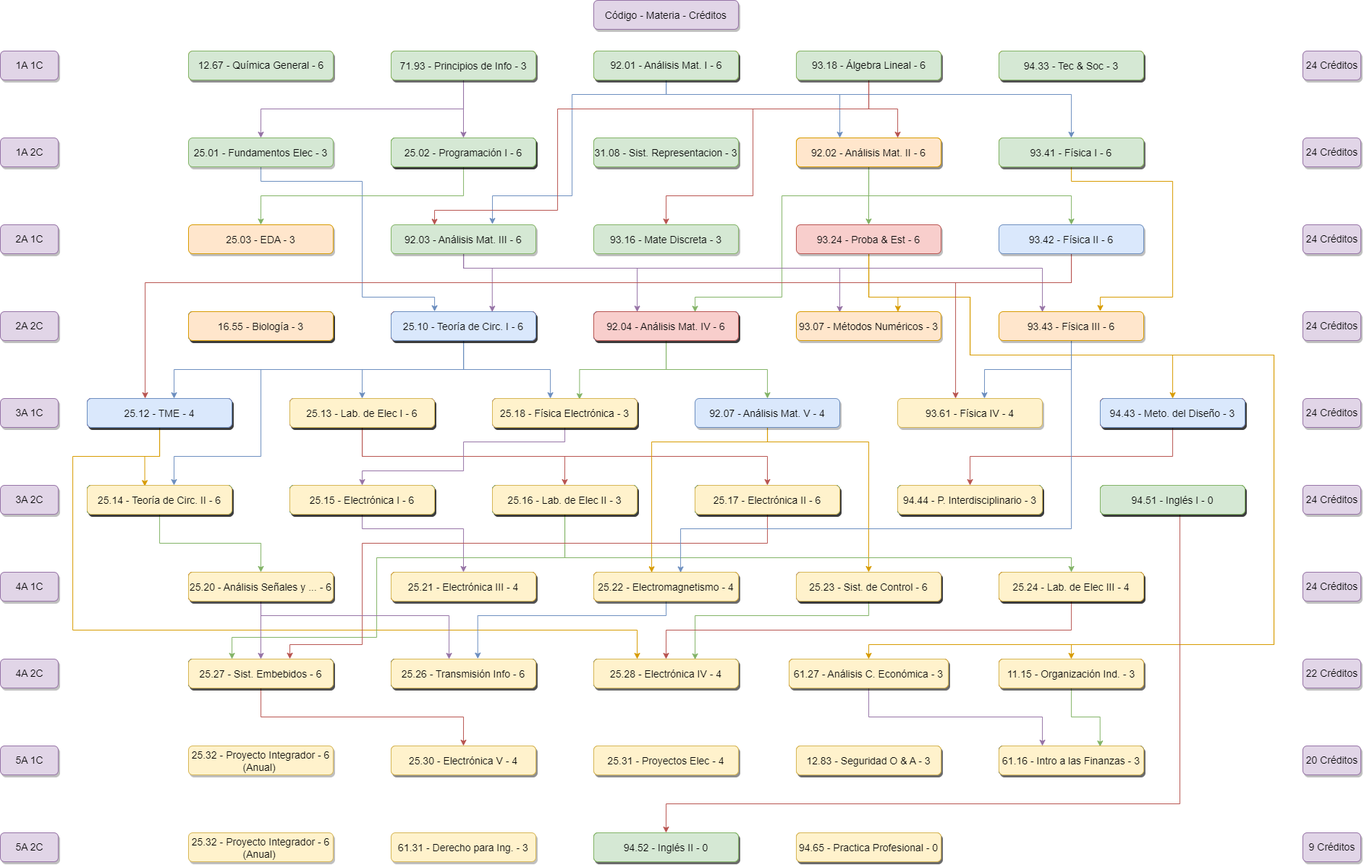
juanipla/K22 keeps this draw.io diagram as K22.drawio.png. Above is the earlier version. Source tidied: cells renumbered, new cells last; positions are measured from the earlier drawing's top-left corner, leaving out a move shared by most shapes.
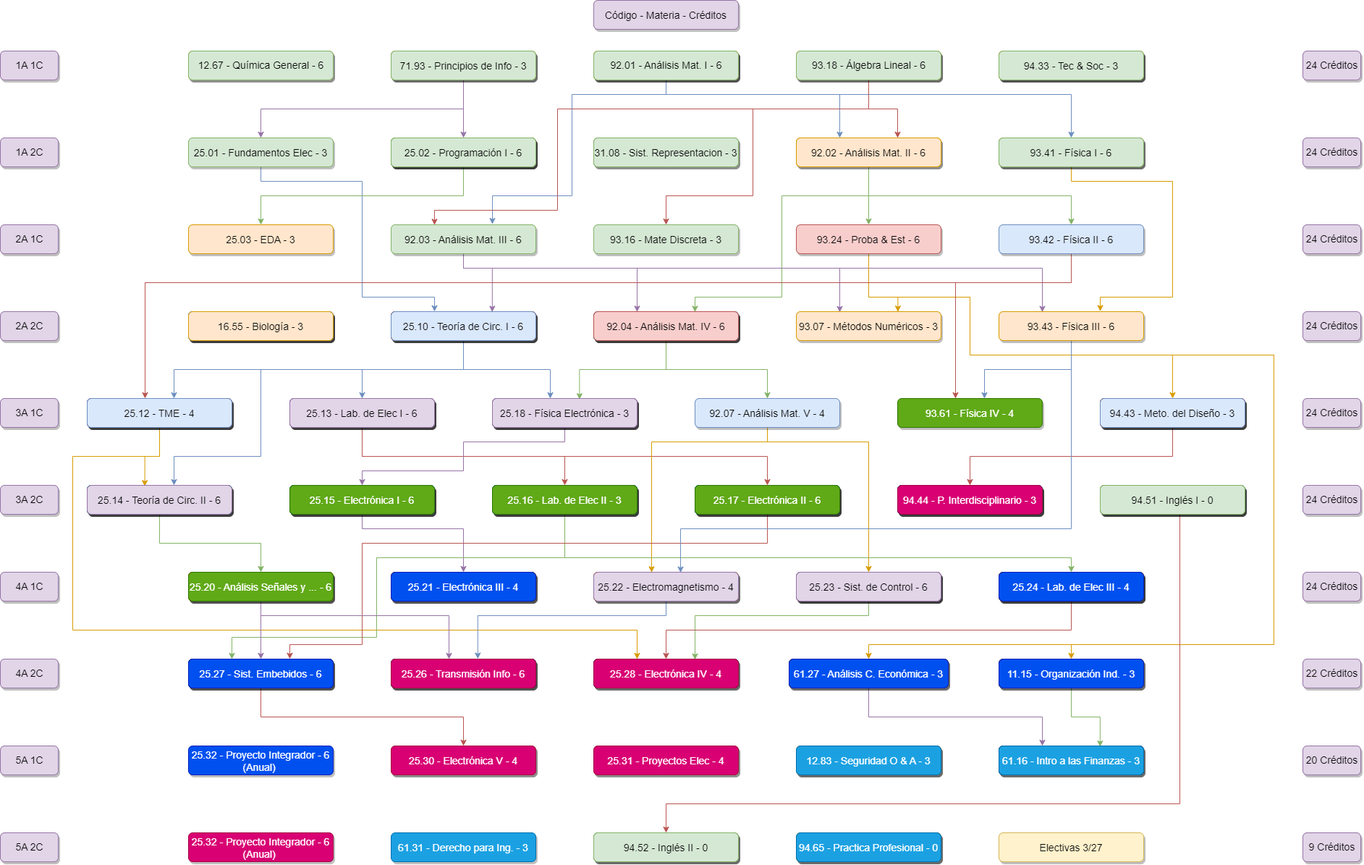
Later version of the same file.

Diff of the diagram source:
```diff
@@ -357,7 +357,7 @@
     <mxCell id="62" value="92.07 - Análisis Mat. V - 4" style="rounded=1;fillColor=#dae8fc;strokeColor=#6c8ebf;shadow=1;fontStyle=0;fontSize=14;labelBorderColor=none;labelBackgroundColor=none;verticalAlign=middle;" parent="1" vertex="1">
       <mxGeometry x="960" y="550" width="200" height="40" as="geometry" />
     </mxCell>
-    <mxCell id="63" value="93.61 - Física IV - 4" style="rounded=1;fillColor=#fff2cc;strokeColor=#d6b656;shadow=1;fontStyle=0;fontSize=14;labelBorderColor=none;labelBackgroundColor=none;verticalAlign=middle;" parent="1" vertex="1">
+    <mxCell id="63" value="93.61 - Física IV - 4" style="rounded=1;fillColor=#60a917;strokeColor=#2D7600;shadow=1;fontStyle=0;fontSize=14;labelBorderColor=none;labelBackgroundColor=none;verticalAlign=middle;fontColor=#ffffff;" parent="1" vertex="1">
       <mxGeometry x="1240" y="550" width="200" height="40" as="geometry" />
     </mxCell>
     <mxCell id="64" style="edgeStyle=orthogonalEdgeStyle;rounded=0;jumpStyle=none;jettySize=auto;html=1;fillColor=#f8cecc;strokeColor=#b85450;" parent="1" edge="1" source="65" target="75">
@@ -595,7 +595,7 @@
     <mxCell id="108" value="11.15 - Organización Ind. - 3" style="rounded=1;fillColor=#fad7ac;strokeColor=#b46504;shadow=1;fontStyle=0;fontSize=14;labelBorderColor=none;labelBackgroundColor=none;verticalAlign=middle;" parent="1" vertex="1">
       <mxGeometry x="1380" y="910" width="200" height="40" as="geometry" />
     </mxCell>
-    <mxCell id="109" value="25.32 - Proyecto Integrador - 6&#10;(Anual) " style="rounded=1;fillColor=#fff2cc;strokeColor=#d6b656;shadow=1;fontStyle=0;fontSize=14;labelBorderColor=none;labelBackgroundColor=none;" parent="1" vertex="1">
+    <mxCell id="109" value="25.32 - Proyecto Integrador - 6&#10;(Anual) " style="rounded=1;fillColor=#0050ef;strokeColor=#001DBC;shadow=1;fontStyle=0;fontSize=14;labelBorderColor=none;labelBackgroundColor=none;fontColor=#ffffff;" parent="1" vertex="1">
       <mxGeometry x="260" y="1030" width="200" height="40" as="geometry" />
     </mxCell>
     <mxCell id="110" value="25.30 - Electrónica V - 4" style="rounded=1;fillColor=#FAAAE5;strokeColor=#d6b656;shadow=1;fontStyle=0;fontSize=14;fontColor=default;labelBorderColor=none;labelBackgroundColor=none;" parent="1" vertex="1">
@@ -610,7 +610,7 @@
     <mxCell id="113" value="61.16 - Intro a las Finanzas - 3" style="rounded=1;fillColor=#bac8d3;strokeColor=#23445d;shadow=1;fontStyle=0;fontSize=14;labelBorderColor=none;labelBackgroundColor=none;verticalAlign=middle;" parent="1" vertex="1">
       <mxGeometry x="1380" y="1030" width="200" height="40" as="geometry" />
     </mxCell>
-    <mxCell id="114" value="61.31 - Derecho para Ing. - 3" style="rounded=1;fillColor=#fff2cc;strokeColor=#d6b656;shadow=1;fontStyle=0;fontSize=14;labelBorderColor=none;labelBackgroundColor=none;" parent="1" vertex="1">
+    <mxCell id="114" value="61.31 - Derecho para Ing. - 3" style="rounded=1;fillColor=#1ba1e2;strokeColor=#006EAF;shadow=1;fontStyle=0;fontSize=14;labelBorderColor=none;labelBackgroundColor=none;fontColor=#ffffff;" parent="1" vertex="1">
       <mxGeometry x="540" y="1150" width="200" height="40" as="geometry" />
     </mxCell>
     <mxCell id="115" value="94.52 - Inglés II - 0" style="rounded=1;fillColor=#d5e8d4;strokeColor=#82b366;shadow=1;fontStyle=0;fontSize=14;labelBorderColor=none;labelBackgroundColor=none;verticalAlign=middle;" parent="1" vertex="1">
@@ -649,7 +649,7 @@
     <mxCell id="126" value="24 Créditos" style="rounded=1;fillColor=#e1d5e7;strokeColor=#9673a6;shadow=1;fontStyle=0;fontSize=14;labelBorderColor=none;labelBackgroundColor=none;html=1;" parent="1" vertex="1">
       <mxGeometry x="1800" y="430" width="80" height="40" as="geometry" />
     </mxCell>
-    <mxCell id="127" value="25.32 - Proyecto Integrador - 6&#10;(Anual) " style="rounded=1;fillColor=#fff2cc;strokeColor=#d6b656;shadow=1;fontStyle=0;fontSize=14;labelBorderColor=none;labelBackgroundColor=none;" parent="1" vertex="1">
+    <mxCell id="127" value="25.32 - Proyecto Integrador - 6&#10;(Anual) " style="rounded=1;fillColor=#d80073;strokeColor=#A50040;shadow=1;fontStyle=0;fontSize=14;labelBorderColor=none;labelBackgroundColor=none;fontColor=#ffffff;" parent="1" vertex="1">
       <mxGeometry x="260" y="1150" width="200" height="40" as="geometry" />
     </mxCell>
     <mxCell id="128" value="94.33 - Tec &amp; Soc - 3" style="rounded=1;fillColor=#fff2cc;strokeColor=#d6b656;shadow=1;fontStyle=0;fontSize=14;labelBorderColor=none;labelBackgroundColor=none;verticalAlign=middle;" parent="1" vertex="1">
@@ -862,64 +862,64 @@
     <mxCell id="197" value="92.04 - Análisis Mat. IV - 6" style="rounded=1;fillColor=#f8cecc;strokeColor=#b85450;shadow=1;fontStyle=0;fontSize=14;labelBorderColor=none;labelBackgroundColor=none;verticalAlign=middle;" parent="1" vertex="1">
       <mxGeometry x="820" y="430" width="200" height="40" as="geometry" />
     </mxCell>
-    <mxCell id="198" value="25.18 - Física Electrónica - 3" style="rounded=1;fillColor=#fff2cc;strokeColor=#d6b656;shadow=1;fontStyle=0;fontSize=14;labelBorderColor=none;labelBackgroundColor=none;verticalAlign=middle;" parent="1" vertex="1">
+    <mxCell id="198" value="25.18 - Física Electrónica - 3" style="rounded=1;fillColor=#e1d5e7;strokeColor=#9673a6;shadow=1;fontStyle=0;fontSize=14;labelBorderColor=none;labelBackgroundColor=none;verticalAlign=middle;" parent="1" vertex="1">
       <mxGeometry x="680" y="550" width="200" height="40" as="geometry" />
     </mxCell>
-    <mxCell id="199" value="25.13 - Lab. de Elec I - 6" style="rounded=1;fillColor=#fff2cc;strokeColor=#d6b656;shadow=1;fontStyle=0;fontSize=14;labelBorderColor=none;labelBackgroundColor=none;" parent="1" vertex="1">
+    <mxCell id="199" value="25.13 - Lab. de Elec I - 6" style="rounded=1;fillColor=#e1d5e7;strokeColor=#9673a6;shadow=1;fontStyle=0;fontSize=14;labelBorderColor=none;labelBackgroundColor=none;" parent="1" vertex="1">
       <mxGeometry x="400" y="550" width="200" height="40" as="geometry" />
     </mxCell>
     <mxCell id="200" value="25.12 - TME - 4" style="rounded=1;fillColor=#dae8fc;strokeColor=#6c8ebf;shadow=1;fontStyle=0;fontSize=14;labelBorderColor=none;labelBackgroundColor=none;" parent="1" vertex="1">
       <mxGeometry x="120" y="550" width="200" height="40" as="geometry" />
     </mxCell>
-    <mxCell id="201" value="25.14 - Teoría de Circ. II - 6" style="rounded=1;fillColor=#fff2cc;strokeColor=#d6b656;shadow=1;fontStyle=0;fontSize=14;labelBorderColor=none;labelBackgroundColor=none;" parent="1" vertex="1">
+    <mxCell id="201" value="25.14 - Teoría de Circ. II - 6" style="rounded=1;fillColor=#e1d5e7;strokeColor=#9673a6;shadow=1;fontStyle=0;fontSize=14;labelBorderColor=none;labelBackgroundColor=none;" parent="1" vertex="1">
       <mxGeometry x="120" y="670" width="200" height="40" as="geometry" />
     </mxCell>
-    <mxCell id="202" value="25.15 - Electrónica I - 6" style="rounded=1;fillColor=#fff2cc;strokeColor=#d6b656;shadow=1;fontStyle=0;fontSize=14;labelBorderColor=none;labelBackgroundColor=none;" parent="1" vertex="1">
+    <mxCell id="202" value="25.15 - Electrónica I - 6" style="rounded=1;fillColor=#60a917;strokeColor=#2D7600;shadow=1;fontStyle=0;fontSize=14;labelBorderColor=none;labelBackgroundColor=none;fontColor=#ffffff;" parent="1" vertex="1">
       <mxGeometry x="400" y="670" width="200" height="40" as="geometry" />
     </mxCell>
-    <mxCell id="203" value="25.16 - Lab. de Elec II - 3" style="rounded=1;fillColor=#fff2cc;strokeColor=#d6b656;shadow=1;fontStyle=0;fontSize=14;labelBorderColor=none;labelBackgroundColor=none;verticalAlign=middle;" parent="1" vertex="1">
+    <mxCell id="203" value="25.16 - Lab. de Elec II - 3" style="rounded=1;fillColor=#60a917;strokeColor=#2D7600;shadow=1;fontStyle=0;fontSize=14;labelBorderColor=none;labelBackgroundColor=none;verticalAlign=middle;fontColor=#ffffff;" parent="1" vertex="1">
       <mxGeometry x="680" y="670" width="200" height="40" as="geometry" />
     </mxCell>
-    <mxCell id="204" value="25.17 - Electrónica II - 6" style="rounded=1;fillColor=#fff2cc;strokeColor=#d6b656;shadow=1;fontStyle=0;fontSize=14;labelBorderColor=none;labelBackgroundColor=none;verticalAlign=middle;" parent="1" vertex="1">
+    <mxCell id="204" value="25.17 - Electrónica II - 6" style="rounded=1;fillColor=#60a917;strokeColor=#2D7600;shadow=1;fontStyle=0;fontSize=14;labelBorderColor=none;labelBackgroundColor=none;verticalAlign=middle;fontColor=#ffffff;" parent="1" vertex="1">
       <mxGeometry x="960" y="670" width="200" height="40" as="geometry" />
     </mxCell>
-    <mxCell id="205" value="94.44 - P. Interdisciplinario - 3" style="rounded=1;fillColor=#fff2cc;strokeColor=#d6b656;shadow=1;fontStyle=0;fontSize=14;labelBorderColor=none;labelBackgroundColor=none;verticalAlign=middle;" parent="1" vertex="1">
+    <mxCell id="205" value="94.44 - P. Interdisciplinario - 3" style="rounded=1;fillColor=#d80073;strokeColor=#A50040;shadow=1;fontStyle=0;fontSize=14;labelBorderColor=none;labelBackgroundColor=none;verticalAlign=middle;fontColor=#ffffff;" parent="1" vertex="1">
       <mxGeometry x="1240" y="670" width="200" height="40" as="geometry" />
     </mxCell>
     <mxCell id="206" value="94.51 - Inglés I - 0" style="rounded=1;fillColor=#d5e8d4;strokeColor=#82b366;shadow=1;fontStyle=0;fontSize=14;labelBorderColor=none;labelBackgroundColor=none;verticalAlign=middle;" parent="1" vertex="1">
       <mxGeometry x="1520" y="670" width="200" height="40" as="geometry" />
     </mxCell>
-    <mxCell id="207" value="25.24 - Lab. de Elec III - 4" style="rounded=1;fillColor=#fff2cc;strokeColor=#d6b656;shadow=1;fontStyle=0;fontSize=14;labelBorderColor=none;labelBackgroundColor=none;verticalAlign=middle;" parent="1" vertex="1">
+    <mxCell id="207" value="25.24 - Lab. de Elec III - 4" style="rounded=1;fillColor=#0050ef;strokeColor=#001DBC;shadow=1;fontStyle=0;fontSize=14;labelBorderColor=none;labelBackgroundColor=none;verticalAlign=middle;fontColor=#ffffff;" parent="1" vertex="1">
       <mxGeometry x="1380" y="790" width="200" height="40" as="geometry" />
     </mxCell>
-    <mxCell id="208" value="25.23 - Sist. de Control - 6" style="rounded=1;fillColor=#fff2cc;strokeColor=#d6b656;shadow=1;fontStyle=0;fontSize=14;labelBorderColor=none;labelBackgroundColor=none;verticalAlign=middle;" parent="1" vertex="1">
+    <mxCell id="208" value="25.23 - Sist. de Control - 6" style="rounded=1;fillColor=#e1d5e7;strokeColor=#9673a6;shadow=1;fontStyle=0;fontSize=14;labelBorderColor=none;labelBackgroundColor=none;verticalAlign=middle;" parent="1" vertex="1">
       <mxGeometry x="1100" y="790" width="200" height="40" as="geometry" />
     </mxCell>
-    <mxCell id="209" value="25.21 - Electrónica III - 4" style="rounded=1;fillColor=#fff2cc;strokeColor=#d6b656;shadow=1;fontStyle=0;fontSize=14;labelBorderColor=none;labelBackgroundColor=none;" parent="1" vertex="1">
+    <mxCell id="209" value="25.21 - Electrónica III - 4" style="rounded=1;fillColor=#0050ef;strokeColor=#001DBC;shadow=1;fontStyle=0;fontSize=14;labelBorderColor=none;labelBackgroundColor=none;fontColor=#ffffff;" parent="1" vertex="1">
       <mxGeometry x="540" y="790" width="200" height="40" as="geometry" />
     </mxCell>
-    <mxCell id="210" value="25.20 - Análisis Señales y ... - 6" style="rounded=1;fillColor=#fff2cc;strokeColor=#d6b656;shadow=1;fontStyle=0;fontSize=14;labelBorderColor=none;labelBackgroundColor=none;" parent="1" vertex="1">
+    <mxCell id="210" value="25.20 - Análisis Señales y ... - 6" style="rounded=1;fillColor=#60a917;strokeColor=#2D7600;shadow=1;fontStyle=0;fontSize=14;labelBorderColor=none;labelBackgroundColor=none;fontColor=#ffffff;" parent="1" vertex="1">
       <mxGeometry x="260" y="790" width="200" height="40" as="geometry" />
     </mxCell>
-    <mxCell id="211" value="25.27 - Sist. Embebidos - 6" style="rounded=1;fillColor=#fff2cc;strokeColor=#d6b656;shadow=1;fontStyle=0;fontSize=14;labelBorderColor=none;labelBackgroundColor=none;" parent="1" vertex="1">
+    <mxCell id="211" value="25.27 - Sist. Embebidos - 6" style="rounded=1;fillColor=#0050ef;strokeColor=#001DBC;shadow=1;fontStyle=0;fontSize=14;labelBorderColor=none;labelBackgroundColor=none;fontColor=#ffffff;" parent="1" vertex="1">
       <mxGeometry x="260" y="910" width="200" height="40" as="geometry" />
     </mxCell>
-    <mxCell id="212" value="25.26 - Transmisión Info - 6" style="rounded=1;fillColor=#fff2cc;strokeColor=#d6b656;shadow=1;fontStyle=0;fontSize=14;labelBorderColor=none;labelBackgroundColor=none;" parent="1" vertex="1">
+    <mxCell id="212" value="25.26 - Transmisión Info - 6" style="rounded=1;fillColor=#d80073;strokeColor=#A50040;shadow=1;fontStyle=0;fontSize=14;labelBorderColor=none;labelBackgroundColor=none;fontColor=#ffffff;" parent="1" vertex="1">
       <mxGeometry x="540" y="910" width="200" height="40" as="geometry" />
     </mxCell>
-    <mxCell id="213" value="61.27 - Análisis C. Económica - 3" style="rounded=1;fillColor=#fff2cc;strokeColor=#d6b656;shadow=1;fontStyle=0;fontSize=14;labelBorderColor=none;labelBackgroundColor=none;verticalAlign=middle;" parent="1" vertex="1">
+    <mxCell id="213" value="61.27 - Análisis C. Económica - 3" style="rounded=1;fillColor=#0050ef;strokeColor=#001DBC;shadow=1;fontStyle=0;fontSize=14;labelBorderColor=none;labelBackgroundColor=none;verticalAlign=middle;fontColor=#ffffff;" parent="1" vertex="1">
       <mxGeometry x="1090" y="910" width="220" height="40" as="geometry" />
     </mxCell>
-    <mxCell id="214" value="11.15 - Organización Ind. - 3" style="rounded=1;fillColor=#fff2cc;strokeColor=#d6b656;shadow=1;fontStyle=0;fontSize=14;labelBorderColor=none;labelBackgroundColor=none;verticalAlign=middle;" parent="1" vertex="1">
+    <mxCell id="214" value="11.15 - Organización Ind. - 3" style="rounded=1;fillColor=#0050ef;strokeColor=#001DBC;shadow=1;fontStyle=0;fontSize=14;labelBorderColor=none;labelBackgroundColor=none;verticalAlign=middle;fontColor=#ffffff;" parent="1" vertex="1">
       <mxGeometry x="1380" y="910" width="200" height="40" as="geometry" />
     </mxCell>
-    <mxCell id="215" value="61.16 - Intro a las Finanzas - 3" style="rounded=1;fillColor=#fff2cc;strokeColor=#d6b656;shadow=1;fontStyle=0;fontSize=14;labelBorderColor=none;labelBackgroundColor=none;verticalAlign=middle;" parent="1" vertex="1">
+    <mxCell id="215" value="61.16 - Intro a las Finanzas - 3" style="rounded=1;fillColor=#1ba1e2;strokeColor=#006EAF;shadow=1;fontStyle=0;fontSize=14;labelBorderColor=none;labelBackgroundColor=none;verticalAlign=middle;fontColor=#ffffff;" parent="1" vertex="1">
       <mxGeometry x="1380" y="1030" width="200" height="40" as="geometry" />
     </mxCell>
-    <mxCell id="216" value="25.31 - Proyectos Elec - 4" style="rounded=1;fillColor=#fff2cc;strokeColor=#d6b656;shadow=1;fontStyle=0;fontSize=14;fontColor=default;labelBorderColor=none;labelBackgroundColor=none;verticalAlign=middle;" parent="1" vertex="1">
+    <mxCell id="216" value="25.31 - Proyectos Elec - 4" style="rounded=1;fillColor=#d80073;strokeColor=#A50040;shadow=1;fontStyle=0;fontSize=14;fontColor=#ffffff;labelBorderColor=none;labelBackgroundColor=none;verticalAlign=middle;" parent="1" vertex="1">
       <mxGeometry x="820" y="1030" width="200" height="40" as="geometry" />
     </mxCell>
-    <mxCell id="217" value="25.30 - Electrónica V - 4" style="rounded=1;fillColor=#fff2cc;strokeColor=#d6b656;shadow=1;fontStyle=0;fontSize=14;fontColor=default;labelBorderColor=none;labelBackgroundColor=none;" parent="1" vertex="1">
+    <mxCell id="217" value="25.30 - Electrónica V - 4" style="rounded=1;fillColor=#d80073;strokeColor=#A50040;shadow=1;fontStyle=0;fontSize=14;fontColor=#ffffff;labelBorderColor=none;labelBackgroundColor=none;" parent="1" vertex="1">
       <mxGeometry x="540" y="1030" width="200" height="40" as="geometry" />
     </mxCell>
     <mxCell id="218" value="25.28 - Electrónica IV - 4" style="rounded=1;fillColor=#bac8d3;strokeColor=#23445d;shadow=1;fontStyle=0;fontSize=14;labelBorderColor=none;labelBackgroundColor=none;verticalAlign=middle;" parent="1" vertex="1">
@@ -937,16 +937,16 @@
     <mxCell id="222" value="94.52 - Inglés II - 0" style="rounded=1;fillColor=#d5e8d4;strokeColor=#82b366;shadow=1;fontStyle=0;fontSize=14;labelBorderColor=none;labelBackgroundColor=none;verticalAlign=middle;" parent="1" vertex="1">
       <mxGeometry x="820" y="1150" width="200" height="40" as="geometry" />
     </mxCell>
-    <mxCell id="223" value="25.28 - Electrónica IV - 4" style="rounded=1;fillColor=#fff2cc;strokeColor=#d6b656;shadow=1;fontStyle=0;fontSize=14;labelBorderColor=none;labelBackgroundColor=none;verticalAlign=middle;" parent="1" vertex="1">
+    <mxCell id="223" value="25.28 - Electrónica IV - 4" style="rounded=1;fillColor=#d80073;strokeColor=#A50040;shadow=1;fontStyle=0;fontSize=14;labelBorderColor=none;labelBackgroundColor=none;verticalAlign=middle;fontColor=#ffffff;" parent="1" vertex="1">
       <mxGeometry x="820" y="910" width="200" height="40" as="geometry" />
     </mxCell>
-    <mxCell id="224" value="25.22 - Electromagnetismo - 4" style="rounded=1;fillColor=#fff2cc;strokeColor=#d6b656;shadow=1;fontStyle=0;fontSize=14;labelBorderColor=none;labelBackgroundColor=none;verticalAlign=middle;" parent="1" vertex="1">
+    <mxCell id="224" value="25.22 - Electromagnetismo - 4" style="rounded=1;fillColor=#e1d5e7;strokeColor=#9673a6;shadow=1;fontStyle=0;fontSize=14;labelBorderColor=none;labelBackgroundColor=none;verticalAlign=middle;" parent="1" vertex="1">
       <mxGeometry x="820" y="790" width="200" height="40" as="geometry" />
     </mxCell>
-    <mxCell id="225" value="12.83 - Seguridad O &amp; A - 3" style="rounded=1;fillColor=#fff2cc;strokeColor=#d6b656;shadow=1;fontStyle=0;fontSize=14;labelBorderColor=none;labelBackgroundColor=none;verticalAlign=middle;" parent="1" vertex="1">
+    <mxCell id="225" value="12.83 - Seguridad O &amp; A - 3" style="rounded=1;fillColor=#1ba1e2;strokeColor=#006EAF;shadow=1;fontStyle=0;fontSize=14;labelBorderColor=none;labelBackgroundColor=none;verticalAlign=middle;fontColor=#ffffff;" parent="1" vertex="1">
       <mxGeometry x="1100" y="1030" width="200" height="40" as="geometry" />
     </mxCell>
-    <mxCell id="226" value="94.65 - Practica Profesional - 0" style="rounded=1;fillColor=#fff2cc;strokeColor=#d6b656;shadow=1;fontStyle=0;fontSize=14;labelBorderColor=none;labelBackgroundColor=none;verticalAlign=middle;" parent="1" vertex="1">
+    <mxCell id="226" value="94.65 - Practica Profesional - 0" style="rounded=1;fillColor=#1ba1e2;strokeColor=#006EAF;shadow=1;fontStyle=0;fontSize=14;labelBorderColor=none;labelBackgroundColor=none;verticalAlign=middle;fontColor=#ffffff;" parent="1" vertex="1">
       <mxGeometry x="1100" y="1150" width="200" height="40" as="geometry" />
     </mxCell>
     <mxCell id="227" value="94.52 - Inglés II - 0" style="rounded=1;fillColor=#d5e8d4;strokeColor=#82b366;shadow=1;fontStyle=0;fontSize=14;labelBorderColor=none;labelBackgroundColor=none;verticalAlign=middle;" parent="1" vertex="1">
@@ -979,5 +979,8 @@
     <mxCell id="236" value="92.01 - Análisis Mat. I - 6" style="rounded=1;fillColor=#d5e8d4;strokeColor=#82b366;shadow=1;fontStyle=0;fontSize=14;labelBorderColor=none;labelBackgroundColor=none;html=1;verticalAlign=middle;" parent="1" vertex="1">
       <mxGeometry x="820" y="70" width="200" height="40" as="geometry" />
     </mxCell>
+    <mxCell id="237" value="Electivas 3/27" style="rounded=1;fillColor=#fff2cc;strokeColor=#d6b656;shadow=1;fontStyle=0;fontSize=14;labelBorderColor=none;labelBackgroundColor=none;verticalAlign=middle;" parent="1" vertex="1">
+      <mxGeometry x="1380" y="1150" width="200" height="40" as="geometry" />
+    </mxCell>
   </root>
 </mxGraphModel>
```
